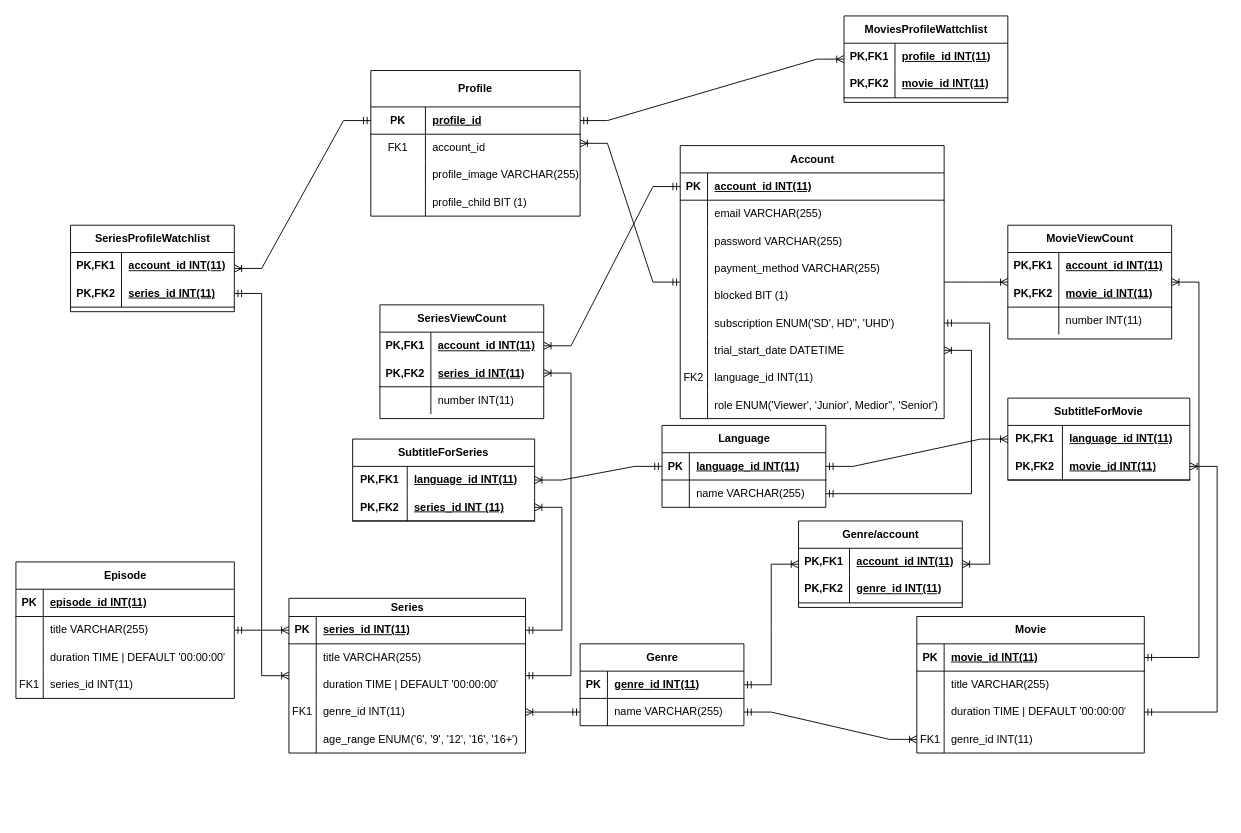
Above: ERD.drawio in Bill0911/NeflixForBill (draw.io), before the change. Source tidied: cells renumbered, new cells numbered last; positions are measured from the earlier drawing's top-left corner, leaving out a move shared by most shapes. Both pictures are drawn from the tidied source at 91%, with x=0, y=0 at pixel (15, 15).
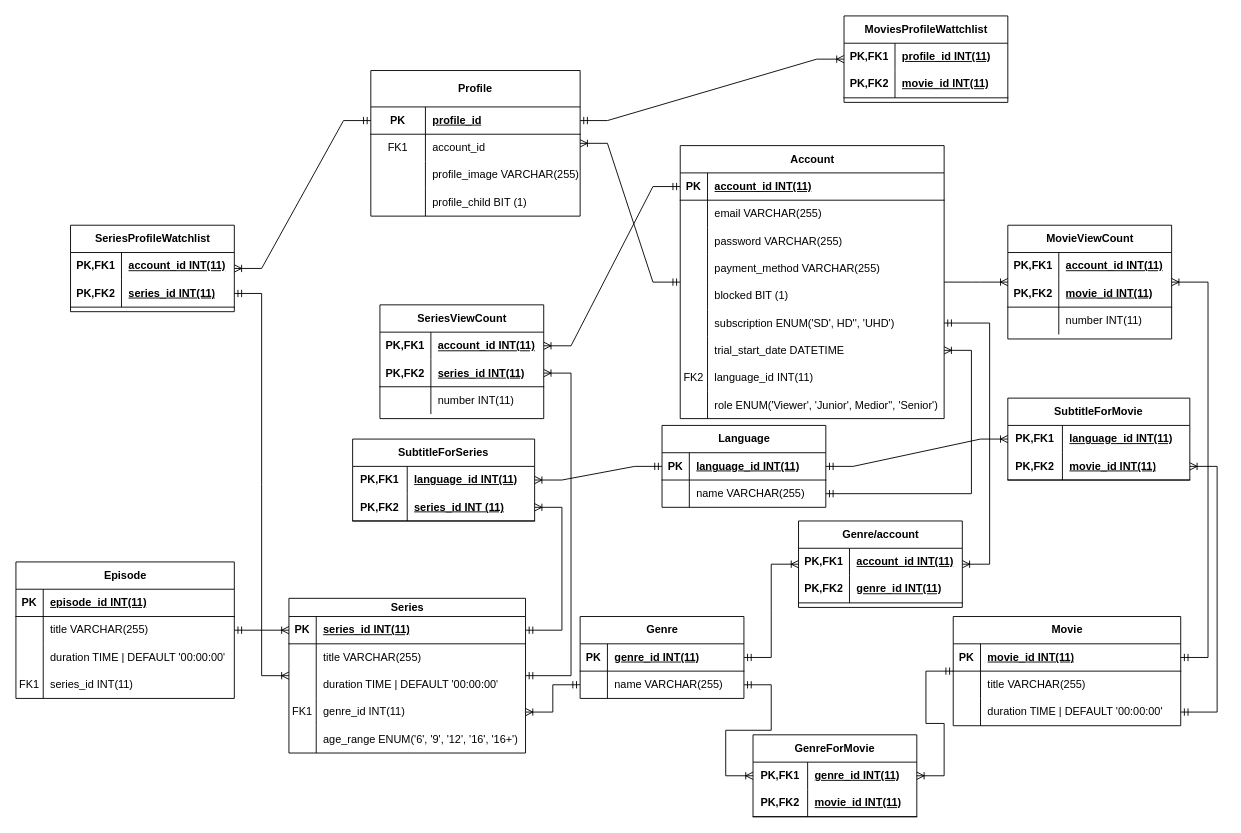
After the change.

Commit message (it also covers changes not shown here):
erd - genre for movie

Unchanged cells that the change refers to:
```xml
<mxCell id="77" style="shape=tableRow;horizontal=0;startSize=0;swimlaneHead=0;swimlaneBody=0;fillColor=none;points=[[0,0.5],[1,0.5]];portConstraint=eastwest;top=0;left=0;right=0;bottom=0;" parent="73" vertex="1">
  <mxGeometry y="60" width="180" height="30" as="geometry" />
</mxCell>
```

The edit, as a diff of the source:
```diff
@@
     <mxCell id="56" value="Movie" style="shape=table;startSize=30;childLayout=tableLayout;rowLines=0;fontStyle=1;align=center;html=1;" parent="1" vertex="1">
-      <mxGeometry x="990" y="660" width="250" height="150" as="geometry" />
+      <mxGeometry x="1030" y="660" width="250" height="120" as="geometry" />
     </mxCell>
@@
-    <mxCell id="66" style="shape=tableRow;horizontal=0;startSize=0;swimlaneHead=0;swimlaneBody=0;fillColor=none;points=[[0,0.5],[1,0.5]];portConstraint=eastwest;top=0;left=0;right=0;bottom=0;" parent="56" vertex="1">
-      <mxGeometry y="120" width="250" height="30" as="geometry" />
-    </mxCell>
-    <mxCell id="67" value="FK1" style="shape=partialRectangle;fillColor=none;top=0;left=0;bottom=0;right=0;overflow=hidden;whiteSpace=wrap;html=1;" parent="66" vertex="1">
-      <mxGeometry width="30" height="30" as="geometry" />
-    </mxCell>
-    <mxCell id="68" value="genre_id INT(11)" style="shape=partialRectangle;fillColor=none;top=0;left=0;bottom=0;right=0;align=left;spacingLeft=6;overflow=hidden;whiteSpace=wrap;html=1;" parent="66" vertex="1">
-      <mxGeometry x="30" width="220" height="30" as="geometry" />
-    </mxCell>
@@
     <mxCell id="73" value="Genre" style="shape=table;startSize=30;childLayout=tableLayout;rowLines=0;fontStyle=1;align=center;html=1;" parent="1" vertex="1">
-      <mxGeometry x="620" y="690" width="180" height="90" as="geometry" />
+      <mxGeometry x="620" y="660" width="180" height="90" as="geometry" />
     </mxCell>
@@
-    <mxCell id="105" style="edgeStyle=entityRelationEdgeStyle;fontSize=12;html=1;endArrow=ERoneToMany;startArrow=ERmandOne;rounded=0;" parent="1" edge="1" source="77" target="66">
+    <mxCell id="105" style="edgeStyle=entityRelationEdgeStyle;fontSize=12;html=1;endArrow=ERoneToMany;startArrow=ERmandOne;rounded=0;" parent="1" edge="1" source="77" target="174">
       <mxGeometry relative="1" as="geometry" />
     </mxCell>
@@
+    <mxCell id="174" value="GenreForMovie" style="shape=table;startSize=30;childLayout=tableLayout;rowLines=0;fontStyle=1;align=center;html=1;whiteSpace=wrap;" parent="1" vertex="1">
+      <mxGeometry x="810" y="790" width="180" height="90" as="geometry" />
+    </mxCell>
+    <mxCell id="175" style="shape=tableRow;horizontal=0;startSize=0;swimlaneHead=0;swimlaneBody=0;fillColor=none;top=0;left=0;right=0;bottom=0;html=1;" parent="174" vertex="1">
+      <mxGeometry y="30" width="180" height="30" as="geometry" />
+    </mxCell>
+    <mxCell id="176" value="PK,FK1" style="shape=partialRectangle;fillColor=none;top=0;left=0;bottom=0;right=0;fontStyle=1;overflow=hidden;html=1;whiteSpace=wrap;" parent="175" vertex="1">
+      <mxGeometry width="60" height="30" as="geometry" />
+    </mxCell>
+    <mxCell id="68" value="genre_id INT(11)" style="shape=partialRectangle;fillColor=none;top=0;left=0;bottom=0;right=0;align=left;spacingLeft=6;fontStyle=5;overflow=hidden;html=1;whiteSpace=wrap;" parent="175" vertex="1">
+      <mxGeometry x="60" width="120" height="30" as="geometry" />
+    </mxCell>
+    <mxCell id="177" style="shape=tableRow;horizontal=0;startSize=0;swimlaneHead=0;swimlaneBody=0;fillColor=none;top=0;left=0;right=0;bottom=1;html=1;" parent="174" vertex="1">
+      <mxGeometry y="60" width="180" height="30" as="geometry" />
+    </mxCell>
+    <mxCell id="178" value="PK,FK2" style="shape=partialRectangle;fillColor=none;top=0;left=0;bottom=0;right=0;fontStyle=1;overflow=hidden;html=1;whiteSpace=wrap;" parent="177" vertex="1">
+      <mxGeometry width="60" height="30" as="geometry" />
+    </mxCell>
+    <mxCell id="179" value="movie_id INT(11)" style="shape=partialRectangle;fillColor=none;top=0;left=0;bottom=0;right=0;align=left;spacingLeft=6;fontStyle=5;overflow=hidden;html=1;whiteSpace=wrap;" parent="177" vertex="1">
+      <mxGeometry x="60" width="120" height="30" as="geometry" />
+    </mxCell>
+    <mxCell id="180" style="edgeStyle=entityRelationEdgeStyle;fontSize=12;html=1;endArrow=ERoneToMany;startArrow=ERmandOne;rounded=0;" parent="1" edge="1" source="56" target="174">
+      <mxGeometry relative="1" as="geometry" />
+    </mxCell>
```
